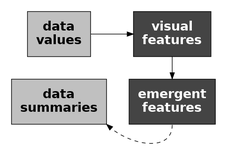
Before: Diagrams/data-vis-vis-stat-only.png, a diagram exported from Graphviz (pmur002/hdvw). Its source is kept beside it as Diagrams/data-vis-vis-stat-only.dot.
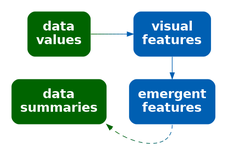
Later version of the same file.

Diff of the diagram source:
```diff
@@ -1,15 +1,15 @@
 digraph {
   graph [ rankdir=LR; margin=.2; nodesep=.5 ];
   node [ fontsize=20; fontname="sans bold"; margin=.2 ];
-  data [ label="data\nvalues"; shape=box; style=filled; fillcolor=gray ]
-  stat [ label="data\nsummaries"; shape=box; style=filled; fillcolor=gray ]
+  data [ label="data\nvalues"; shape=box; style="filled, rounded"; penwidth=0; fontcolor=white; fillcolor="#006400" ]
+  stat [ label="data\nsummaries"; shape=box; style="filled, rounded"; penwidth=0; fontcolor=white; fillcolor="#006400" ]
   vis [ label="visual\nfeatures"; shape=box;
-        style=filled; fillcolor="#444444"; fontcolor=white ]
+     style="filled, rounded"; penwidth=0; fontcolor=white; fillcolor="#005FB2" ]
   add [ label="emergent\nfeatures"; shape=box;
-        style=filled; fillcolor="#444444"; fontcolor=white ]
-  data -> vis
-  vis -> add
-  add:s -> stat:se [ style="dashed" ]
+     style="filled, rounded"; penwidth=0; fontcolor=white; fillcolor="#005FB2" ]
+  data -> vis [ color="#006400;0.1:#006314;0.1:#006328;0.1:#00623B;0.1:#00624F;0.1:#006163;0.1:#006177;0.1:#00608A;0.1:#00609E;0.1:#005FB2;0.1" ]
+  vis -> add [ color="#005FB2" ]
+  add:s -> stat:se [ style="dashed", color="#005FB2;0.1:#00609E;0.1:#00608A;0.1:#006177;0.1:#006163;0.1:#00624F;0.1:#00623B;0.1:#006328;0.1:#006314;0.1:#006400;0.1" ]
 { rank=same; data, stat }
 { rank=same; vis, add }
 }
```
